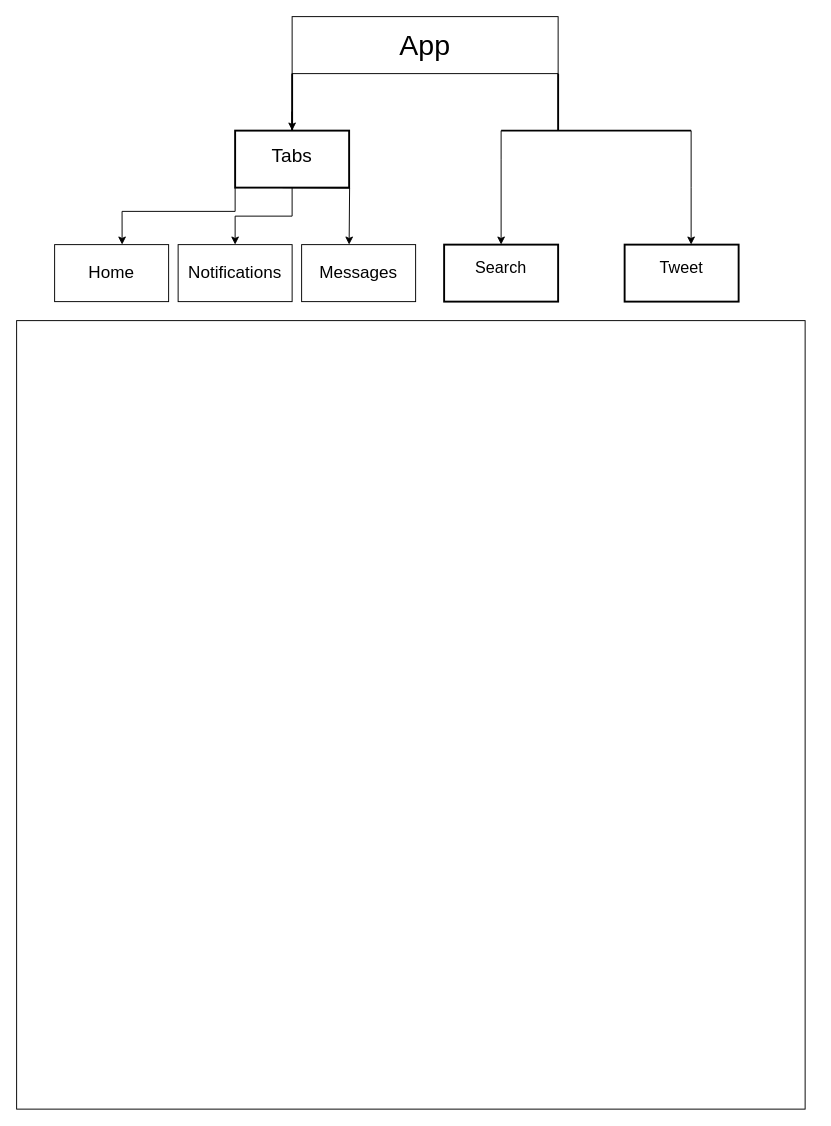
This is Untitled Diagram.drawio from besure94/social-media-clone, a draw.io file, before an edit. Source tidied: cells renumbered, new cells numbered last; positions are measured from the earlier drawing's top-left corner, leaving out a move shared by most shapes. Both pictures are drawn from the tidied source at 95%, with x=0, y=0 at pixel (16, 16).
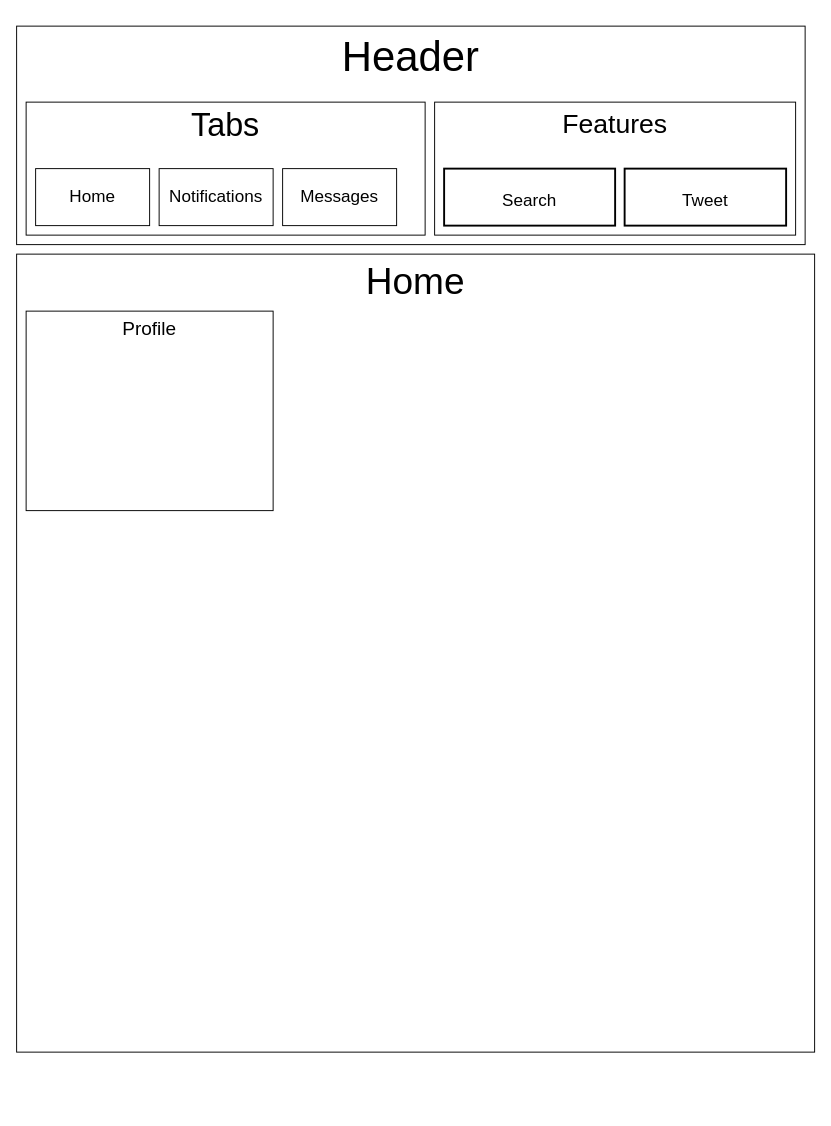
The same diagram, later.

Commit message:
Add Header, Tabs, Features, Home, and Profile components.

Diff of the diagram source:
```diff
@@
-    <mxCell id="2" value="&lt;font style=&quot;font-size: 30px;&quot;&gt;App&lt;/font&gt;" style="rounded=0;whiteSpace=wrap;html=1;" parent="1" vertex="1">
-      <mxGeometry x="290" width="280" height="60" as="geometry" />
-    </mxCell>
-    <mxCell id="3" style="edgeStyle=orthogonalEdgeStyle;rounded=0;jettySize=auto;html=1;" parent="1" edge="1" source="4" target="15">
-      <mxGeometry relative="1" as="geometry" />
-    </mxCell>
-    <mxCell id="4" style="line;strokeWidth=2;direction=south;html=1;" parent="1" vertex="1">
-      <mxGeometry x="280" y="60" width="20" height="60" as="geometry" />
-    </mxCell>
+    <mxCell id="19" value="&lt;font style=&quot;font-size: 44px;&quot;&gt;Header&lt;/font&gt;" style="rounded=0;whiteSpace=wrap;html=1;labelPosition=center;verticalLabelPosition=middle;align=center;verticalAlign=top;" parent="1" vertex="1">
+      <mxGeometry y="10" width="830" height="230" as="geometry" />
+    </mxCell>
+    <mxCell id="18" value="&lt;font style=&quot;font-size: 39px;&quot;&gt;Home&lt;/font&gt;" style="whiteSpace=wrap;html=1;verticalAlign=top;" parent="1" vertex="1">
+      <mxGeometry y="250" width="840" height="840" as="geometry" />
+    </mxCell>
+    <mxCell id="15" value="&lt;p style=&quot;line-height: 92%;&quot;&gt;&lt;font style=&quot;font-size: 34px;&quot;&gt;Tabs&lt;/font&gt;&lt;/p&gt;" style="rounded=0;whiteSpace=wrap;html=1;labelPosition=center;verticalLabelPosition=middle;align=center;verticalAlign=top;" parent="1" vertex="1">
+      <mxGeometry x="10" y="90" width="420" height="140" as="geometry" />
+    </mxCell>
+    <mxCell id="7" value="&lt;font style=&quot;font-size: 18px;&quot;&gt;Messages&lt;/font&gt;" style="rounded=0;whiteSpace=wrap;html=1;" parent="1" vertex="1">
+      <mxGeometry x="280" y="160" width="120" height="60" as="geometry" />
+    </mxCell>
     <mxCell id="5" value="&lt;font style=&quot;font-size: 18px;&quot;&gt;Home&lt;/font&gt;" style="rounded=0;whiteSpace=wrap;html=1;" parent="1" vertex="1">
-      <mxGeometry x="40" y="240" width="120" height="60" as="geometry" />
+      <mxGeometry x="20" y="160" width="120" height="60" as="geometry" />
     </mxCell>
+    <mxCell id="20" value="&lt;font style=&quot;font-size: 28px;&quot;&gt;Features&lt;/font&gt;" style="rounded=0;whiteSpace=wrap;html=1;verticalAlign=top;" parent="1" vertex="1">
+      <mxGeometry x="440" y="90" width="380" height="140" as="geometry" />
+    </mxCell>
+    <mxCell id="17" value="&lt;font style=&quot;font-size: 18px;&quot;&gt;Tweet&lt;/font&gt;" style="whiteSpace=wrap;html=1;verticalAlign=middle;strokeWidth=2;labelBackgroundColor=default;spacingTop=8;" parent="1" vertex="1">
+      <mxGeometry x="640" y="160" width="170" height="60" as="geometry" />
+    </mxCell>
+    <mxCell id="16" value="&lt;font style=&quot;font-size: 18px;&quot;&gt;Search&lt;/font&gt;" style="whiteSpace=wrap;html=1;verticalAlign=middle;strokeWidth=2;labelBackgroundColor=none;spacingTop=8;" parent="1" vertex="1">
+      <mxGeometry x="450" y="160" width="180" height="60" as="geometry" />
+    </mxCell>
     <mxCell id="6" value="&lt;font style=&quot;font-size: 18px;&quot;&gt;Notifications&lt;/font&gt;" style="rounded=0;whiteSpace=wrap;html=1;" parent="1" vertex="1">
-      <mxGeometry x="170" y="240" width="120" height="60" as="geometry" />
+      <mxGeometry x="150" y="160" width="120" height="60" as="geometry" />
     </mxCell>
-    <mxCell id="7" value="&lt;font style=&quot;font-size: 18px;&quot;&gt;Messages&lt;/font&gt;" style="rounded=0;whiteSpace=wrap;html=1;" parent="1" vertex="1">
-      <mxGeometry x="300" y="240" width="120" height="60" as="geometry" />
-    </mxCell>
-    <mxCell id="8" style="line;strokeWidth=2;direction=south;html=1;" parent="1" vertex="1">
-      <mxGeometry x="560" y="60" width="20" height="60" as="geometry" />
-    </mxCell>
-    <mxCell id="9" style="edgeStyle=orthogonalEdgeStyle;rounded=0;jettySize=auto;html=1;exitX=1;exitY=0.5;exitDx=0;exitDy=0;exitPerimeter=0;" parent="1" edge="1" source="10" target="17">
-      <mxGeometry relative="1" as="geometry">
-        <Array as="points">
-          <mxPoint x="710" y="180" />
-          <mxPoint x="710" y="180" />
-        </Array>
-      </mxGeometry>
-    </mxCell>
-    <mxCell id="10" style="line;strokeWidth=2;html=1;" parent="1" vertex="1">
-      <mxGeometry x="510" y="115" width="200" height="10" as="geometry" />
-    </mxCell>
-    <mxCell id="11" style="edgeStyle=orthogonalEdgeStyle;rounded=0;jettySize=auto;html=1;exitX=0;exitY=0.5;exitDx=0;exitDy=0;exitPerimeter=0;" parent="1" edge="1" source="10" target="16">
-      <mxGeometry relative="1" as="geometry">
-        <Array as="points">
-          <mxPoint x="510" y="150" />
-          <mxPoint x="510" y="150" />
-        </Array>
-      </mxGeometry>
-    </mxCell>
-    <mxCell id="12" style="edgeStyle=orthogonalEdgeStyle;rounded=0;orthogonalLoop=1;jettySize=auto;html=1;" parent="1" edge="1">
-      <mxGeometry relative="1" as="geometry">
-        <mxPoint x="280" y="180" as="sourcePoint" />
-        <mxPoint x="350" y="240" as="targetPoint" />
-      </mxGeometry>
-    </mxCell>
-    <mxCell id="13" style="edgeStyle=orthogonalEdgeStyle;rounded=0;jettySize=auto;html=1;entryX=0.5;entryY=0;entryDx=0;entryDy=0;" parent="1" edge="1" source="15" target="6">
-      <mxGeometry relative="1" as="geometry" />
-    </mxCell>
-    <mxCell id="14" style="edgeStyle=orthogonalEdgeStyle;rounded=0;jettySize=auto;html=1;exitX=0;exitY=1;exitDx=0;exitDy=0;entryX=0.592;entryY=0;entryDx=0;entryDy=0;entryPerimeter=0;" parent="1" edge="1" source="15" target="5">
-      <mxGeometry relative="1" as="geometry">
-        <Array as="points">
-          <mxPoint x="230" y="205" />
-          <mxPoint x="111" y="205" />
-        </Array>
-      </mxGeometry>
-    </mxCell>
-    <mxCell id="15" value="&lt;font style=&quot;font-size: 20px;&quot;&gt;Tabs&lt;/font&gt;" style="whiteSpace=wrap;html=1;verticalAlign=top;strokeWidth=2;labelBackgroundColor=default;spacingTop=8;" parent="1" vertex="1">
-      <mxGeometry x="230" y="120" width="120" height="60" as="geometry" />
-    </mxCell>
-    <mxCell id="16" value="&lt;font style=&quot;font-size: 17px;&quot;&gt;Search&lt;/font&gt;" style="whiteSpace=wrap;html=1;verticalAlign=top;strokeWidth=2;labelBackgroundColor=default;spacingTop=8;" parent="1" vertex="1">
-      <mxGeometry x="450" y="240" width="120" height="60" as="geometry" />
-    </mxCell>
-    <mxCell id="17" value="&lt;font style=&quot;font-size: 17px;&quot;&gt;Tweet&lt;/font&gt;" style="whiteSpace=wrap;html=1;verticalAlign=top;strokeWidth=2;labelBackgroundColor=default;spacingTop=8;" parent="1" vertex="1">
-      <mxGeometry x="640" y="240" width="120" height="60" as="geometry" />
-    </mxCell>
-    <mxCell id="18" style="whiteSpace=wrap;html=1;" parent="1" vertex="1">
-      <mxGeometry y="320" width="830" height="830" as="geometry" />
-    </mxCell>
+    <mxCell id="21" value="&lt;font style=&quot;font-size: 20px;&quot;&gt;Profile&lt;/font&gt;" style="rounded=0;whiteSpace=wrap;html=1;verticalAlign=top;" parent="1" vertex="1">
+      <mxGeometry x="10" y="310" width="260" height="210" as="geometry" />
+    </mxCell>
```
